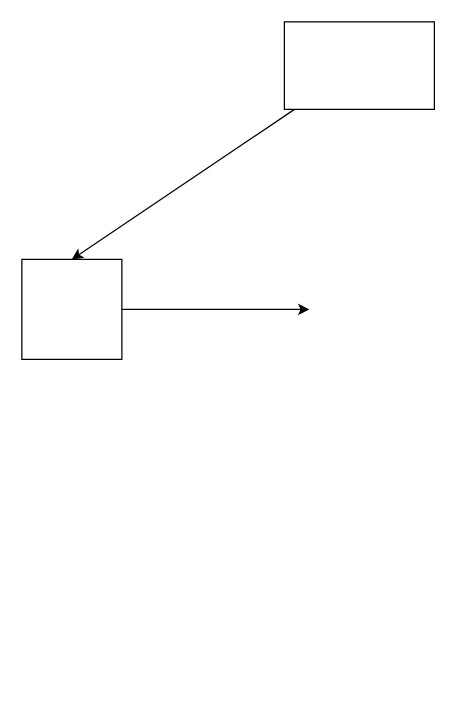
The draw.io diagram z.dio in Zeeshanunique/crm-agent, before the edit. Source tidied: cells renumbered, new cells numbered last; positions are measured from the earlier drawing's top-left corner, leaving out a move shared by most shapes. Both pictures are drawn from the tidied source at 125%, with x=0, y=0 at pixel (21, 21).
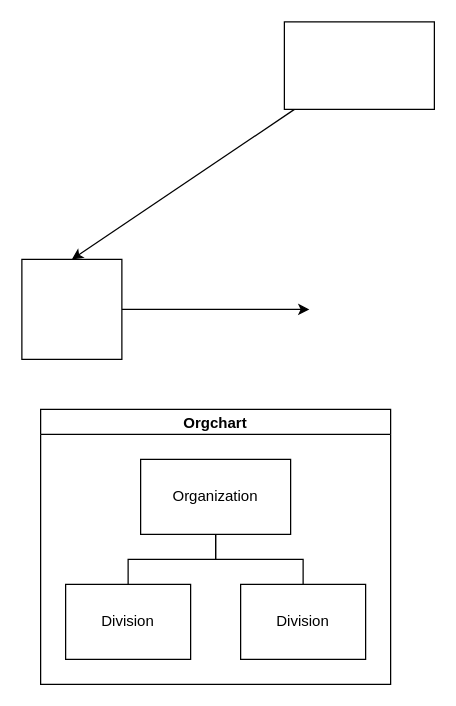
After the change.

Change to the diagram source:
```diff
@@
 <mxGraphModel>
   <root>
     <mxCell id="0" />
     <mxCell id="1" parent="0" />
     <mxCell id="2" style="edgeStyle=none;html=1;entryX=0.5;entryY=0;entryDx=0;entryDy=0;" parent="1" edge="1" source="3" target="5">
       <mxGeometry relative="1" as="geometry" />
     </mxCell>
     <mxCell id="3" style="rounded=0;whiteSpace=wrap;html=1;" parent="1" vertex="1">
       <mxGeometry x="210" width="120" height="70" as="geometry" />
     </mxCell>
     <mxCell id="4" style="edgeStyle=none;html=1;" parent="1" edge="1" source="5">
       <mxGeometry relative="1" as="geometry">
         <mxPoint x="230" y="230" as="targetPoint" />
       </mxGeometry>
     </mxCell>
     <mxCell id="5" style="whiteSpace=wrap;html=1;" parent="1" vertex="1">
       <mxGeometry y="190" width="80" height="80" as="geometry" />
     </mxCell>
+    <mxCell id="6" value="Orgchart" style="swimlane;startSize=20;horizontal=1;containerType=tree;newEdgeStyle={&quot;edgeStyle&quot;:&quot;elbowEdgeStyle&quot;,&quot;startArrow&quot;:&quot;none&quot;,&quot;endArrow&quot;:&quot;none&quot;};" parent="1" vertex="1">
+      <mxGeometry x="15" y="310" width="280" height="220" as="geometry" />
+    </mxCell>
+    <mxCell id="7" style="edgeStyle=elbowEdgeStyle;elbow=vertical;sourcePerimeterSpacing=0;targetPerimeterSpacing=0;startArrow=none;endArrow=none;rounded=0;curved=0;" parent="6" edge="1" source="9" target="10">
+      <mxGeometry relative="1" as="geometry" />
+    </mxCell>
+    <mxCell id="8" style="edgeStyle=elbowEdgeStyle;elbow=vertical;sourcePerimeterSpacing=0;targetPerimeterSpacing=0;startArrow=none;endArrow=none;rounded=0;curved=0;" parent="6" edge="1" source="9" target="11">
+      <mxGeometry relative="1" as="geometry" />
+    </mxCell>
+    <mxCell id="9" value="Organization" style="whiteSpace=wrap;html=1;align=center;newEdgeStyle={&quot;edgeStyle&quot;:&quot;elbowEdgeStyle&quot;,&quot;startArrow&quot;:&quot;none&quot;,&quot;endArrow&quot;:&quot;none&quot;};" parent="6" vertex="1">
+      <mxGeometry x="80" y="40" width="120" height="60" as="geometry" />
+    </mxCell>
+    <mxCell id="10" value="Division" style="whiteSpace=wrap;html=1;align=center;verticalAlign=middle;newEdgeStyle={&quot;edgeStyle&quot;:&quot;elbowEdgeStyle&quot;,&quot;startArrow&quot;:&quot;none&quot;,&quot;endArrow&quot;:&quot;none&quot;};" parent="6" vertex="1">
+      <mxGeometry x="20" y="140" width="100" height="60" as="geometry" />
+    </mxCell>
+    <mxCell id="11" value="Division" style="whiteSpace=wrap;html=1;align=center;verticalAlign=middle;newEdgeStyle={&quot;edgeStyle&quot;:&quot;elbowEdgeStyle&quot;,&quot;startArrow&quot;:&quot;none&quot;,&quot;endArrow&quot;:&quot;none&quot;};" parent="6" vertex="1">
+      <mxGeometry x="160" y="140" width="100" height="60" as="geometry" />
+    </mxCell>
   </root>
 </mxGraphModel>
```
